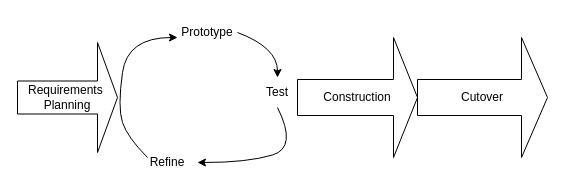
0xOwen/SurfHound keeps this draw.io diagram as diagrams/RAD.drawio. Above is the earlier version. Source tidied: cells renumbered, new cells numbered last; positions are measured from the earlier drawing's top-left corner, leaving out a move shared by most shapes. Both pictures are drawn from the tidied source at 100%, with x=0, y=0 at pixel (17, 17).
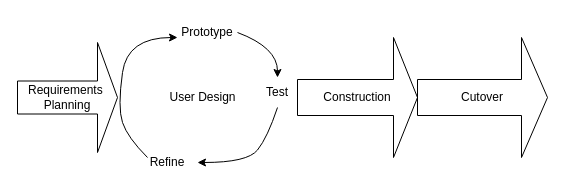
The same page after the edit.

The edit, as a diff of the source:
```diff
@@
 <mxGraphModel>
   <root>
     <mxCell id="0" />
     <mxCell id="1" parent="0" />
     <mxCell id="2" style="curved=1;endArrow=classic;html=1;rounded=0;" parent="1" edge="1">
       <mxGeometry relative="1" as="geometry">
         <mxPoint x="130" y="140" as="sourcePoint" />
         <mxPoint x="160" y="20" as="targetPoint" />
         <Array as="points">
           <mxPoint x="110" y="120" />
           <mxPoint x="100" y="90" />
           <mxPoint x="110" y="20" />
         </Array>
       </mxGeometry>
     </mxCell>
     <mxCell id="3" value="Prototype" style="text;html=1;strokeColor=none;fillColor=none;align=center;verticalAlign=middle;whiteSpace=wrap;rounded=0;" parent="1" vertex="1">
       <mxGeometry x="160" width="60" height="30" as="geometry" />
     </mxCell>
     <mxCell id="4" style="curved=1;endArrow=classic;html=1;rounded=0;exitX=1;exitY=0.5;exitDx=0;exitDy=0;" parent="1" edge="1" source="3">
       <mxGeometry relative="1" as="geometry">
         <mxPoint x="260" y="60" as="targetPoint" />
         <Array as="points">
           <mxPoint x="260" y="30" />
         </Array>
       </mxGeometry>
     </mxCell>
     <mxCell id="5" value="Test" style="text;html=1;strokeColor=none;fillColor=none;align=center;verticalAlign=middle;whiteSpace=wrap;rounded=0;" parent="1" vertex="1">
       <mxGeometry x="230" y="60" width="60" height="30" as="geometry" />
     </mxCell>
     <mxCell id="6" value="Refine" style="text;html=1;strokeColor=none;fillColor=none;align=center;verticalAlign=middle;whiteSpace=wrap;rounded=0;" parent="1" vertex="1">
       <mxGeometry x="120" y="130" width="60" height="30" as="geometry" />
     </mxCell>
     <mxCell id="7" style="curved=1;endArrow=classic;html=1;rounded=0;entryX=1;entryY=0.5;entryDx=0;entryDy=0;exitX=0.5;exitY=1;exitDx=0;exitDy=0;" parent="1" edge="1" source="5" target="6">
       <mxGeometry relative="1" as="geometry">
         <Array as="points">
-          <mxPoint x="280" y="130" />
+          <mxPoint x="250" y="120" />
           <mxPoint x="230" y="145" />
         </Array>
       </mxGeometry>
     </mxCell>
     <mxCell id="8" value="Construction" style="shape=singleArrow;whiteSpace=wrap;html=1;" parent="1" vertex="1">
       <mxGeometry x="280" y="20" width="120" height="120" as="geometry" />
     </mxCell>
     <mxCell id="9" value="Cutover" style="shape=singleArrow;whiteSpace=wrap;html=1;" parent="1" vertex="1">
       <mxGeometry x="400" y="20" width="130" height="120" as="geometry" />
     </mxCell>
     <mxCell id="10" value="Requirements&amp;nbsp;&lt;br&gt;Planning" style="shape=singleArrow;whiteSpace=wrap;html=1;" parent="1" vertex="1">
       <mxGeometry y="25" width="100" height="110" as="geometry" />
     </mxCell>
+    <mxCell id="11" value="User Design" style="text;html=1;align=center;verticalAlign=middle;strokeColor=none;fillColor=none;" parent="1" vertex="1">
+      <mxGeometry x="140" y="65" width="90" height="30" as="geometry" />
+    </mxCell>
   </root>
 </mxGraphModel>
```
